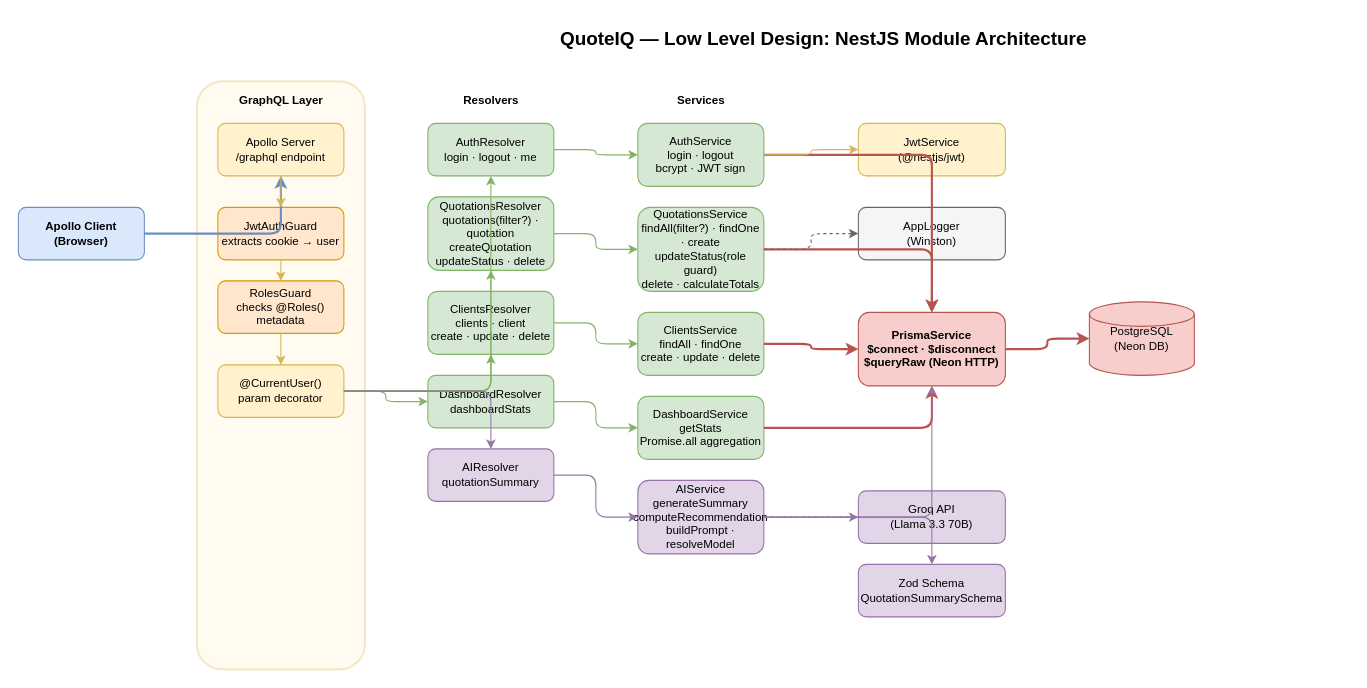
Eunice-Amirtharajan/quote-iq keeps this draw.io diagram as docs/drawio/lld-nestjs-module-architecture.drawio. Above is the earlier version. Source tidied: cells renumbered, new cells numbered last; positions are measured from the earlier drawing's top-left corner, leaving out a move shared by most shapes. Both pictures are drawn from the tidied source at 105%, with x=0, y=0 at pixel (18, 18).
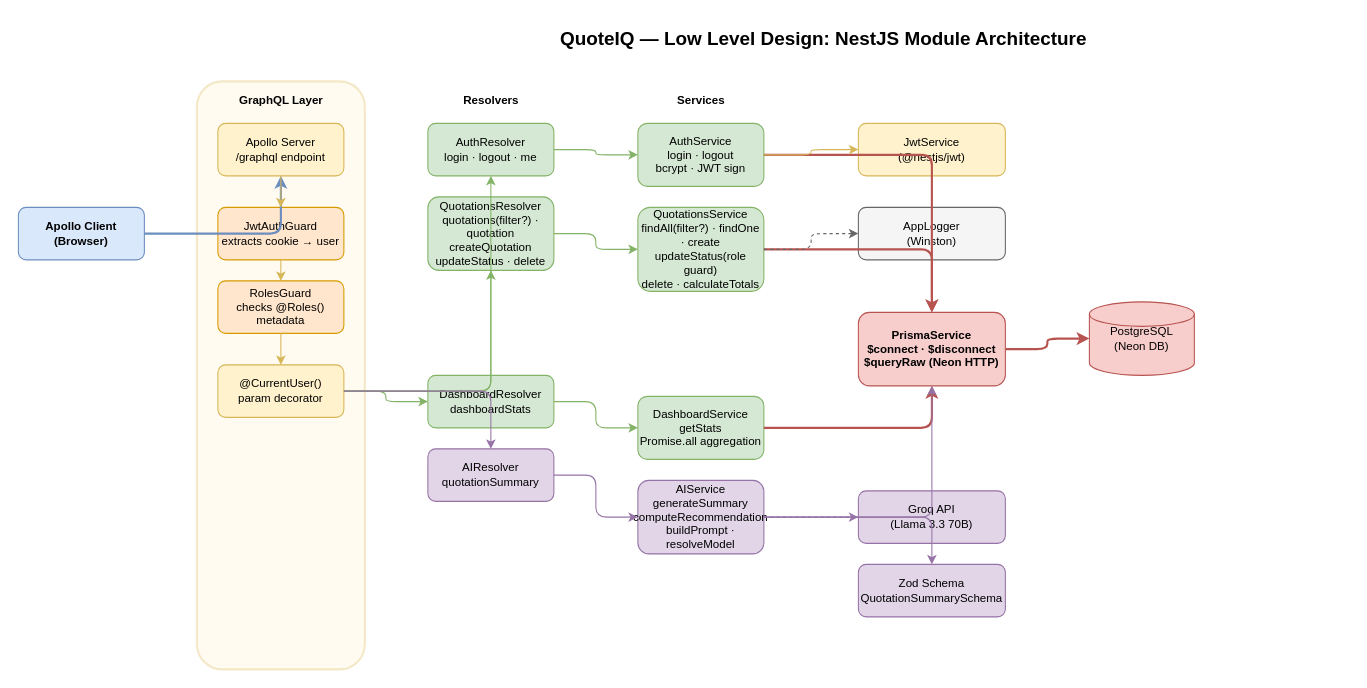
Above is the later version.

Unchanged cells that the change refers to:
```xml
<mxCell id="9" value="@CurrentUser()&#10;param decorator" style="rounded=1;whiteSpace=wrap;html=1;fillColor=#fff2cc;strokeColor=#d6b656;fontSize=11;" parent="1" vertex="1">
  <mxGeometry x="190" y="330" width="120" height="50" as="geometry" />
</mxCell>
<mxCell id="22" value="PrismaService&#10;$connect · $disconnect&#10;$queryRaw (Neon HTTP)" style="rounded=1;whiteSpace=wrap;html=1;fillColor=#f8cecc;strokeColor=#b85450;fontSize=11;fontStyle=1;" parent="1" vertex="1">
  <mxGeometry x="800" y="280" width="140" height="70" as="geometry" />
</mxCell>
```

What changed in the source:
```diff
@@
-    <mxCell id="13" value="ClientsResolver&#10;clients · client&#10;create · update · delete" style="rounded=1;whiteSpace=wrap;html=1;fillColor=#d5e8d4;strokeColor=#82b366;fontSize=11;" parent="1" vertex="1">
-      <mxGeometry x="390" y="260" width="120" height="60" as="geometry" />
-    </mxCell>
@@
-    <mxCell id="19" value="ClientsService&#10;findAll · findOne&#10;create · update · delete" style="rounded=1;whiteSpace=wrap;html=1;fillColor=#d5e8d4;strokeColor=#82b366;fontSize=11;" parent="1" vertex="1">
-      <mxGeometry x="590" y="280" width="120" height="60" as="geometry" />
-    </mxCell>
@@
-    <mxCell id="34" style="edgeStyle=orthogonalEdgeStyle;html=1;strokeColor=#82b366;" parent="1" edge="1" source="9" target="13">
-      <mxGeometry relative="1" as="geometry" />
-    </mxCell>
@@
-    <mxCell id="39" style="edgeStyle=orthogonalEdgeStyle;html=1;strokeColor=#82b366;" parent="1" edge="1" source="13" target="19">
-      <mxGeometry relative="1" as="geometry" />
-    </mxCell>
@@
-    <mxCell id="44" style="edgeStyle=orthogonalEdgeStyle;html=1;strokeColor=#b85450;strokeWidth=2;" parent="1" edge="1" source="19" target="22">
-      <mxGeometry relative="1" as="geometry" />
-    </mxCell>
```
